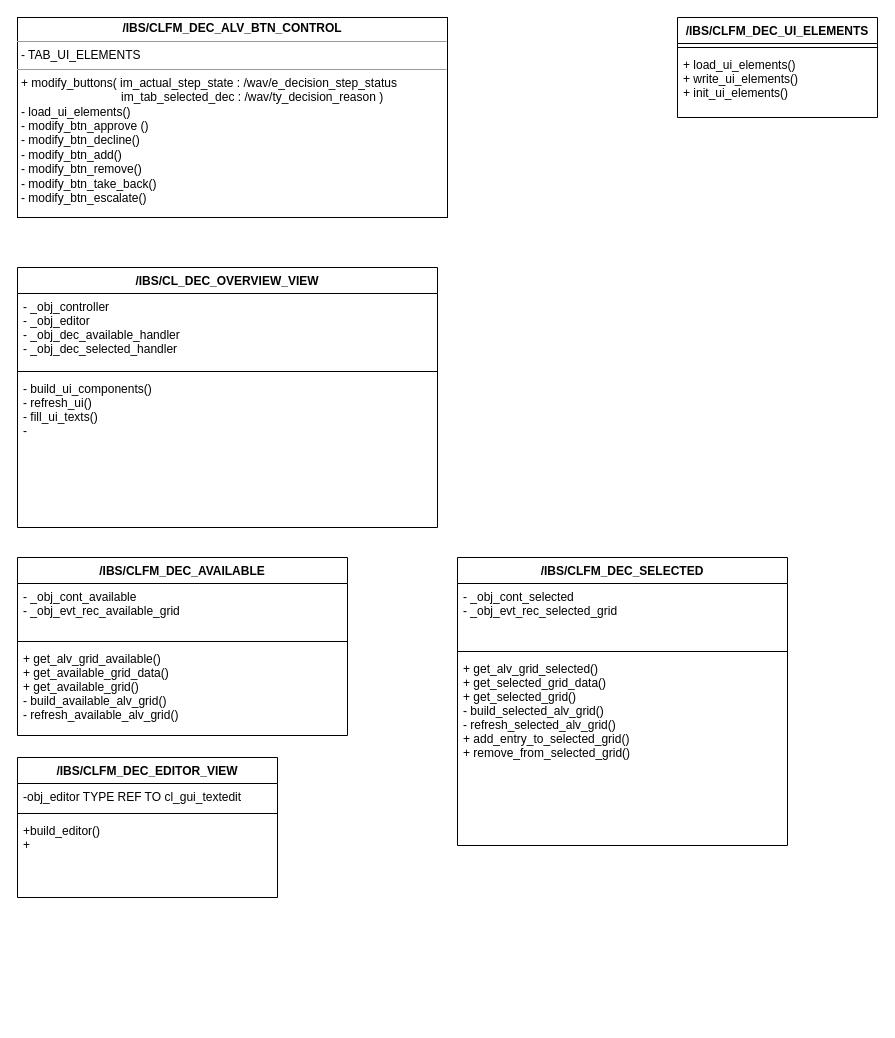
The draw.io diagram Untitled Diagram (4).drawio in osarisky/bla, before the edit. Source tidied: cells renumbered, new cells numbered last; positions are measured from the earlier drawing's top-left corner, leaving out a move shared by most shapes. Both pictures are drawn from the tidied source at 100%, with x=0, y=0 at pixel (17, 17).
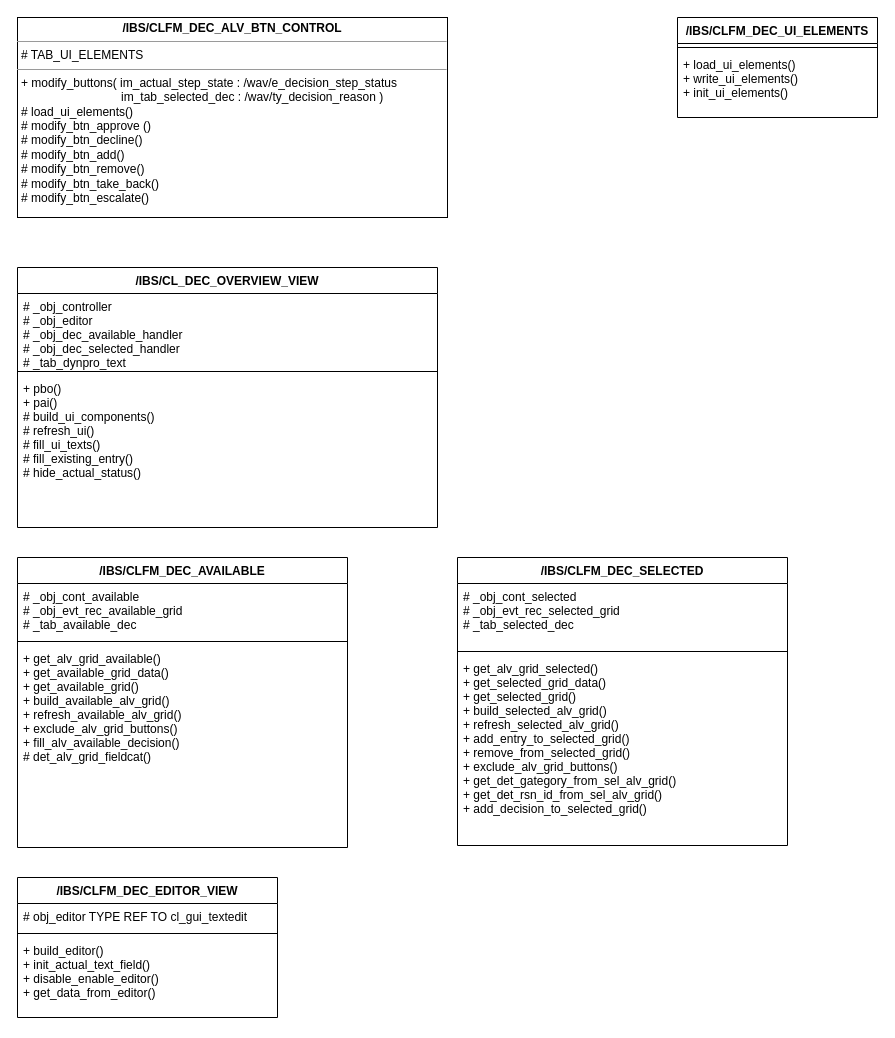
Above is the later version.

The change refers to these unchanged cells:
```xml
<mxCell id="3" value="/IBS/CL_DEC_OVERVIEW_VIEW" style="swimlane;fontStyle=1;align=center;verticalAlign=top;horizontal=1;startSize=26;" parent="1" vertex="1">
  <mxGeometry y="250" width="420" height="260" as="geometry" />
</mxCell>
<mxCell id="14" value="/IBS/CLFM_DEC_SELECTED" style="swimlane;fontStyle=1;align=center;verticalAlign=top;horizontal=1;startSize=26;" parent="1" vertex="1">
  <mxGeometry x="440" y="540" width="330" height="288" as="geometry" />
</mxCell>
```

What changed in the source:
```diff
@@
-    <mxCell id="2" value="&lt;p style=&quot;margin: 0px ; margin-top: 4px ; text-align: center&quot;&gt;&lt;b&gt;/IBS/CLFM_DEC_ALV_BTN_CONTROL&lt;/b&gt;&lt;/p&gt;&lt;hr size=&quot;1&quot;&gt;&lt;p style=&quot;margin: 0px ; margin-left: 4px&quot;&gt;- TAB_UI_ELEMENTS&lt;/p&gt;&lt;hr size=&quot;1&quot;&gt;&lt;p style=&quot;margin: 0px ; margin-left: 4px&quot;&gt;&lt;span&gt;+ modify_buttons( im_actual_step_state : /wav/e_decision_step_status&lt;/span&gt;&lt;br&gt;&lt;/p&gt;&lt;p style=&quot;margin: 0px ; margin-left: 4px&quot;&gt;&amp;nbsp; &amp;nbsp; &amp;nbsp; &amp;nbsp; &amp;nbsp; &amp;nbsp; &amp;nbsp; &amp;nbsp; &amp;nbsp; &amp;nbsp; &amp;nbsp; &amp;nbsp; &amp;nbsp; &amp;nbsp; &amp;nbsp; im_tab_selected_dec :&amp;nbsp;/wav/ty_decision_reason&lt;span&gt;&amp;nbsp;)&lt;/span&gt;&lt;/p&gt;&lt;p style=&quot;margin: 0px ; margin-left: 4px&quot;&gt;- load_ui_elements()&lt;span&gt;&lt;br&gt;&lt;/span&gt;&lt;/p&gt;&lt;p style=&quot;margin: 0px ; margin-left: 4px&quot;&gt;- modify_btn_approve ()&lt;/p&gt;&lt;p style=&quot;margin: 0px ; margin-left: 4px&quot;&gt;- modify_btn_decline()&lt;/p&gt;&lt;p style=&quot;margin: 0px ; margin-left: 4px&quot;&gt;- modify_btn_add()&lt;/p&gt;&lt;p style=&quot;margin: 0px ; margin-left: 4px&quot;&gt;- modify_btn_remove()&lt;/p&gt;&lt;p style=&quot;margin: 0px ; margin-left: 4px&quot;&gt;- modify_btn_take_back()&lt;/p&gt;&lt;p style=&quot;margin: 0px ; margin-left: 4px&quot;&gt;- modify_btn_escalate()&lt;/p&gt;" style="verticalAlign=top;align=left;overflow=fill;fontSize=12;fontFamily=Helvetica;html=1;" parent="1" vertex="1">
+    <mxCell id="2" value="&lt;p style=&quot;margin: 0px ; margin-top: 4px ; text-align: center&quot;&gt;&lt;b&gt;/IBS/CLFM_DEC_ALV_BTN_CONTROL&lt;/b&gt;&lt;/p&gt;&lt;hr size=&quot;1&quot;&gt;&lt;p style=&quot;margin: 0px ; margin-left: 4px&quot;&gt;# TAB_UI_ELEMENTS&lt;/p&gt;&lt;hr size=&quot;1&quot;&gt;&lt;p style=&quot;margin: 0px ; margin-left: 4px&quot;&gt;&lt;span&gt;+ modify_buttons( im_actual_step_state : /wav/e_decision_step_status&lt;/span&gt;&lt;br&gt;&lt;/p&gt;&lt;p style=&quot;margin: 0px ; margin-left: 4px&quot;&gt;&amp;nbsp; &amp;nbsp; &amp;nbsp; &amp;nbsp; &amp;nbsp; &amp;nbsp; &amp;nbsp; &amp;nbsp; &amp;nbsp; &amp;nbsp; &amp;nbsp; &amp;nbsp; &amp;nbsp; &amp;nbsp; &amp;nbsp; im_tab_selected_dec :&amp;nbsp;/wav/ty_decision_reason&lt;span&gt;&amp;nbsp;)&lt;/span&gt;&lt;/p&gt;&lt;p style=&quot;margin: 0px ; margin-left: 4px&quot;&gt;# load_ui_elements()&lt;span&gt;&lt;br&gt;&lt;/span&gt;&lt;/p&gt;&lt;p style=&quot;margin: 0px ; margin-left: 4px&quot;&gt;# modify_btn_approve ()&lt;/p&gt;&lt;p style=&quot;margin: 0px ; margin-left: 4px&quot;&gt;# modify_btn_decline()&lt;/p&gt;&lt;p style=&quot;margin: 0px ; margin-left: 4px&quot;&gt;# modify_btn_add()&lt;/p&gt;&lt;p style=&quot;margin: 0px ; margin-left: 4px&quot;&gt;# modify_btn_remove()&lt;/p&gt;&lt;p style=&quot;margin: 0px ; margin-left: 4px&quot;&gt;# modify_btn_take_back()&lt;/p&gt;&lt;p style=&quot;margin: 0px ; margin-left: 4px&quot;&gt;# modify_btn_escalate()&lt;/p&gt;" style="verticalAlign=top;align=left;overflow=fill;fontSize=12;fontFamily=Helvetica;html=1;" parent="1" vertex="1">
       <mxGeometry width="430" height="200" as="geometry" />
     </mxCell>
@@
-    <mxCell id="4" value="- _obj_controller&#10;- _obj_editor&#10;- _obj_dec_available_handler&#10;- _obj_dec_selected_handler" style="text;strokeColor=none;fillColor=none;align=left;verticalAlign=top;spacingLeft=4;spacingRight=4;overflow=hidden;" parent="3" vertex="1">
+    <mxCell id="4" value="# _obj_controller&#10;# _obj_editor&#10;# _obj_dec_available_handler&#10;# _obj_dec_selected_handler&#10;# _tab_dynpro_text" style="text;strokeColor=none;fillColor=none;align=left;verticalAlign=top;spacingLeft=4;spacingRight=4;overflow=hidden;" parent="3" vertex="1">
       <mxGeometry y="26" width="420" height="74" as="geometry" />
     </mxCell>
@@
-    <mxCell id="6" value="- build_ui_components()&#10;- refresh_ui()&#10;- fill_ui_texts()&#10;-" style="text;strokeColor=none;fillColor=none;align=left;verticalAlign=top;spacingLeft=4;spacingRight=4;overflow=hidden;" parent="3" vertex="1">
+    <mxCell id="6" value="+ pbo()&#10;+ pai() &#10;# build_ui_components()&#10;# refresh_ui()&#10;# fill_ui_texts()&#10;# fill_existing_entry()&#10;# hide_actual_status()&#10;&#10;" style="text;strokeColor=none;fillColor=none;align=left;verticalAlign=top;spacingLeft=4;spacingRight=4;overflow=hidden;" parent="3" vertex="1">
       <mxGeometry y="108" width="420" height="152" as="geometry" />
     </mxCell>
     <mxCell id="7" value="/IBS/CLFM_DEC_AVAILABLE" style="swimlane;fontStyle=1;align=center;verticalAlign=top;horizontal=1;startSize=26;" parent="1" vertex="1">
-      <mxGeometry y="540" width="330" height="178" as="geometry" />
+      <mxGeometry y="540" width="330" height="290" as="geometry" />
     </mxCell>
-    <mxCell id="8" value="- _obj_cont_available&#10;- _obj_evt_rec_available_grid" style="text;strokeColor=none;fillColor=none;align=left;verticalAlign=top;spacingLeft=4;spacingRight=4;overflow=hidden;" parent="7" vertex="1">
+    <mxCell id="8" value="# _obj_cont_available&#10;# _obj_evt_rec_available_grid&#10;# _tab_available_dec" style="text;strokeColor=none;fillColor=none;align=left;verticalAlign=top;spacingLeft=4;spacingRight=4;overflow=hidden;" parent="7" vertex="1">
       <mxGeometry y="26" width="330" height="54" as="geometry" />
     </mxCell>
@@
-    <mxCell id="10" value="+ get_alv_grid_available()&#10;+ get_available_grid_data()&#10;+ get_available_grid()&#10;- build_available_alv_grid()&#10;- refresh_available_alv_grid()&#10;" style="text;strokeColor=none;fillColor=none;align=left;verticalAlign=top;spacingLeft=4;spacingRight=4;overflow=hidden;" parent="7" vertex="1">
-      <mxGeometry y="88" width="330" height="90" as="geometry" />
+    <mxCell id="10" value="+ get_alv_grid_available()&#10;+ get_available_grid_data()&#10;+ get_available_grid()&#10;+ build_available_alv_grid()&#10;+ refresh_available_alv_grid()&#10;+ exclude_alv_grid_buttons()&#10;+ fill_alv_available_decision()&#10;# det_alv_grid_fieldcat()&#10;&#10;" style="text;strokeColor=none;fillColor=none;align=left;verticalAlign=top;spacingLeft=4;spacingRight=4;overflow=hidden;" parent="7" vertex="1">
+      <mxGeometry y="88" width="330" height="202" as="geometry" />
     </mxCell>
@@
-    <mxCell id="15" value="- _obj_cont_selected&#10;- _obj_evt_rec_selected_grid" style="text;strokeColor=none;fillColor=none;align=left;verticalAlign=top;spacingLeft=4;spacingRight=4;overflow=hidden;" parent="14" vertex="1">
+    <mxCell id="15" value="# _obj_cont_selected&#10;# _obj_evt_rec_selected_grid&#10;# _tab_selected_dec" style="text;strokeColor=none;fillColor=none;align=left;verticalAlign=top;spacingLeft=4;spacingRight=4;overflow=hidden;" parent="14" vertex="1">
       <mxGeometry y="26" width="330" height="64" as="geometry" />
     </mxCell>
@@
-    <mxCell id="17" value="+ get_alv_grid_selected()&#10;+ get_selected_grid_data()&#10;+ get_selected_grid()&#10;- build_selected_alv_grid()&#10;- refresh_selected_alv_grid()&#10;+ add_entry_to_selected_grid()&#10;+ remove_from_selected_grid()&#10;" style="text;strokeColor=none;fillColor=none;align=left;verticalAlign=top;spacingLeft=4;spacingRight=4;overflow=hidden;" parent="14" vertex="1">
+    <mxCell id="17" value="+ get_alv_grid_selected()&#10;+ get_selected_grid_data()&#10;+ get_selected_grid()&#10;+ build_selected_alv_grid()&#10;+ refresh_selected_alv_grid()&#10;+ add_entry_to_selected_grid()&#10;+ remove_from_selected_grid()&#10;+ exclude_alv_grid_buttons()&#10;+ get_det_gategory_from_sel_alv_grid()&#10;+ get_det_rsn_id_from_sel_alv_grid()&#10;+ add_decision_to_selected_grid()&#10;" style="text;strokeColor=none;fillColor=none;align=left;verticalAlign=top;spacingLeft=4;spacingRight=4;overflow=hidden;" parent="14" vertex="1">
       <mxGeometry y="98" width="330" height="190" as="geometry" />
     </mxCell>
     <mxCell id="18" value="/IBS/CLFM_DEC_EDITOR_VIEW" style="swimlane;fontStyle=1;align=center;verticalAlign=top;horizontal=1;startSize=26;" parent="1" vertex="1">
-      <mxGeometry y="740" width="260" height="140" as="geometry" />
+      <mxGeometry y="860" width="260" height="140" as="geometry" />
     </mxCell>
-    <mxCell id="19" value="-obj_editor TYPE REF TO cl_gui_textedit" style="text;strokeColor=none;fillColor=none;align=left;verticalAlign=top;spacingLeft=4;spacingRight=4;overflow=hidden;" parent="18" vertex="1">
+    <mxCell id="19" value="# obj_editor TYPE REF TO cl_gui_textedit" style="text;strokeColor=none;fillColor=none;align=left;verticalAlign=top;spacingLeft=4;spacingRight=4;overflow=hidden;" parent="18" vertex="1">
       <mxGeometry y="26" width="260" height="26" as="geometry" />
     </mxCell>
@@
-    <mxCell id="21" value="+build_editor()&#10;+" style="text;strokeColor=none;fillColor=none;align=left;verticalAlign=top;spacingLeft=4;spacingRight=4;overflow=hidden;" parent="18" vertex="1">
+    <mxCell id="21" value="+ build_editor()&#10;+ init_actual_text_field()&#10;+ disable_enable_editor()&#10;+ get_data_from_editor()" style="text;strokeColor=none;fillColor=none;align=left;verticalAlign=top;spacingLeft=4;spacingRight=4;overflow=hidden;" parent="18" vertex="1">
       <mxGeometry y="60" width="260" height="80" as="geometry" />
     </mxCell>
```
